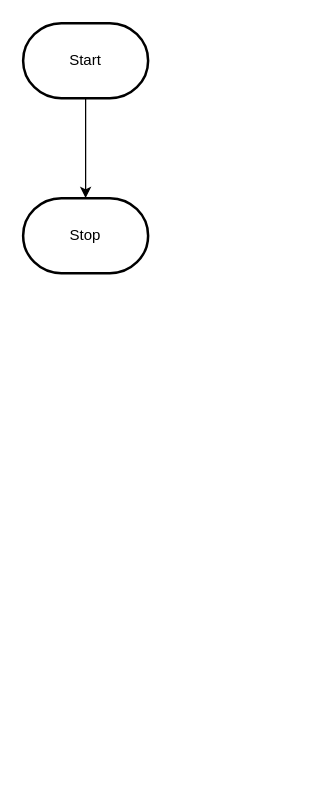
This is design/flowchart.drawio from MTHS-ICD2O-1-2023/ICD2O-Unit-3-02-tymofii-stepanov, a draw.io file, before an edit. Source tidied: cells renumbered, new cells numbered last; positions are measured from the earlier drawing's top-left corner, leaving out a move shared by most shapes. Both pictures are drawn from the tidied source at 125%, with x=0, y=0 at pixel (22, 22).
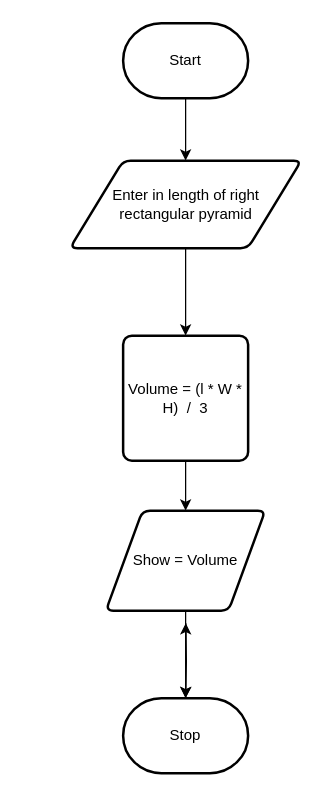
The same page after the edit.

Diff of the diagram source:
```diff
@@
 <mxGraphModel>
   <root>
     <mxCell id="0" />
     <mxCell id="1" parent="0" />
-    <mxCell id="2" style="edgeStyle=orthogonalEdgeStyle;html=1;rounded=0;" parent="1" edge="1" source="3" target="4">
-      <mxGeometry relative="1" as="geometry" />
-    </mxCell>
+    <mxCell id="5" style="edgeStyle=orthogonalEdgeStyle;shape=connector;rounded=0;html=1;labelBackgroundColor=default;strokeColor=default;fontFamily=Helvetica;fontSize=12;fontColor=default;endArrow=classic;" parent="1" edge="1" source="3" target="8">
+      <mxGeometry relative="1" as="geometry" />
+    </mxCell>
     <mxCell id="3" value="Start" style="strokeWidth=2;html=1;shape=mxgraph.flowchart.terminator;whiteSpace=wrap;" parent="1" vertex="1">
-      <mxGeometry width="100" height="60" as="geometry" />
+      <mxGeometry x="80" width="100" height="60" as="geometry" />
     </mxCell>
+    <mxCell id="6" style="edgeStyle=orthogonalEdgeStyle;shape=connector;rounded=0;html=1;labelBackgroundColor=default;strokeColor=default;fontFamily=Helvetica;fontSize=12;fontColor=default;endArrow=classic;" parent="1" edge="1" source="4">
+      <mxGeometry relative="1" as="geometry">
+        <mxPoint x="130.1" y="480" as="targetPoint" />
+      </mxGeometry>
+    </mxCell>
     <mxCell id="4" value="Stop" style="strokeWidth=2;html=1;shape=mxgraph.flowchart.terminator;whiteSpace=wrap;" parent="1" vertex="1">
-      <mxGeometry y="140" width="100" height="60" as="geometry" />
+      <mxGeometry x="80" y="540" width="100" height="60" as="geometry" />
     </mxCell>
+    <mxCell id="7" style="edgeStyle=orthogonalEdgeStyle;shape=connector;rounded=0;html=1;entryX=0.5;entryY=0;entryDx=0;entryDy=0;labelBackgroundColor=default;strokeColor=default;fontFamily=Helvetica;fontSize=12;fontColor=default;endArrow=classic;exitX=0.5;exitY=1;exitDx=0;exitDy=0;" parent="1" edge="1" source="8" target="10">
+      <mxGeometry relative="1" as="geometry" />
+    </mxCell>
+    <mxCell id="8" value="&lt;font style=&quot;font-size: 12px;&quot;&gt;Enter in length of right &lt;br&gt;rectangular pyramid&lt;/font&gt;" style="shape=parallelogram;html=1;strokeWidth=2;perimeter=parallelogramPerimeter;whiteSpace=wrap;rounded=1;arcSize=12;size=0.23;align=center;" parent="1" vertex="1">
+      <mxGeometry x="37.5" y="110" width="185" height="70" as="geometry" />
+    </mxCell>
+    <mxCell id="9" style="edgeStyle=orthogonalEdgeStyle;shape=connector;rounded=0;html=1;labelBackgroundColor=default;strokeColor=default;fontFamily=Helvetica;fontSize=12;fontColor=default;endArrow=classic;" parent="1" edge="1" source="10" target="13">
+      <mxGeometry relative="1" as="geometry" />
+    </mxCell>
+    <mxCell id="10" value="Volume = (l * W * H)&amp;nbsp; /&amp;nbsp; 3" style="rounded=1;whiteSpace=wrap;html=1;absoluteArcSize=1;arcSize=14;strokeWidth=2;fontFamily=Helvetica;fontSize=12;fontColor=default;" parent="1" vertex="1">
+      <mxGeometry x="80" y="250" width="100" height="100" as="geometry" />
+    </mxCell>
+    <mxCell id="11" style="edgeStyle=orthogonalEdgeStyle;shape=connector;rounded=0;html=1;labelBackgroundColor=default;strokeColor=default;fontFamily=Helvetica;fontSize=12;fontColor=default;endArrow=classic;" parent="1" edge="1" target="4">
+      <mxGeometry relative="1" as="geometry">
+        <mxPoint x="130.1" y="480" as="sourcePoint" />
+      </mxGeometry>
+    </mxCell>
+    <mxCell id="12" style="edgeStyle=orthogonalEdgeStyle;shape=connector;rounded=0;html=1;labelBackgroundColor=default;strokeColor=default;fontFamily=Helvetica;fontSize=12;fontColor=default;endArrow=classic;" parent="1" edge="1" source="13" target="4">
+      <mxGeometry relative="1" as="geometry" />
+    </mxCell>
+    <mxCell id="13" value="Show = Volume" style="shape=parallelogram;html=1;strokeWidth=2;perimeter=parallelogramPerimeter;whiteSpace=wrap;rounded=1;arcSize=12;size=0.23;fontFamily=Helvetica;fontSize=12;fontColor=default;" parent="1" vertex="1">
+      <mxGeometry x="66.2" y="390" width="127.5" height="80" as="geometry" />
+    </mxCell>
   </root>
 </mxGraphModel>
```
